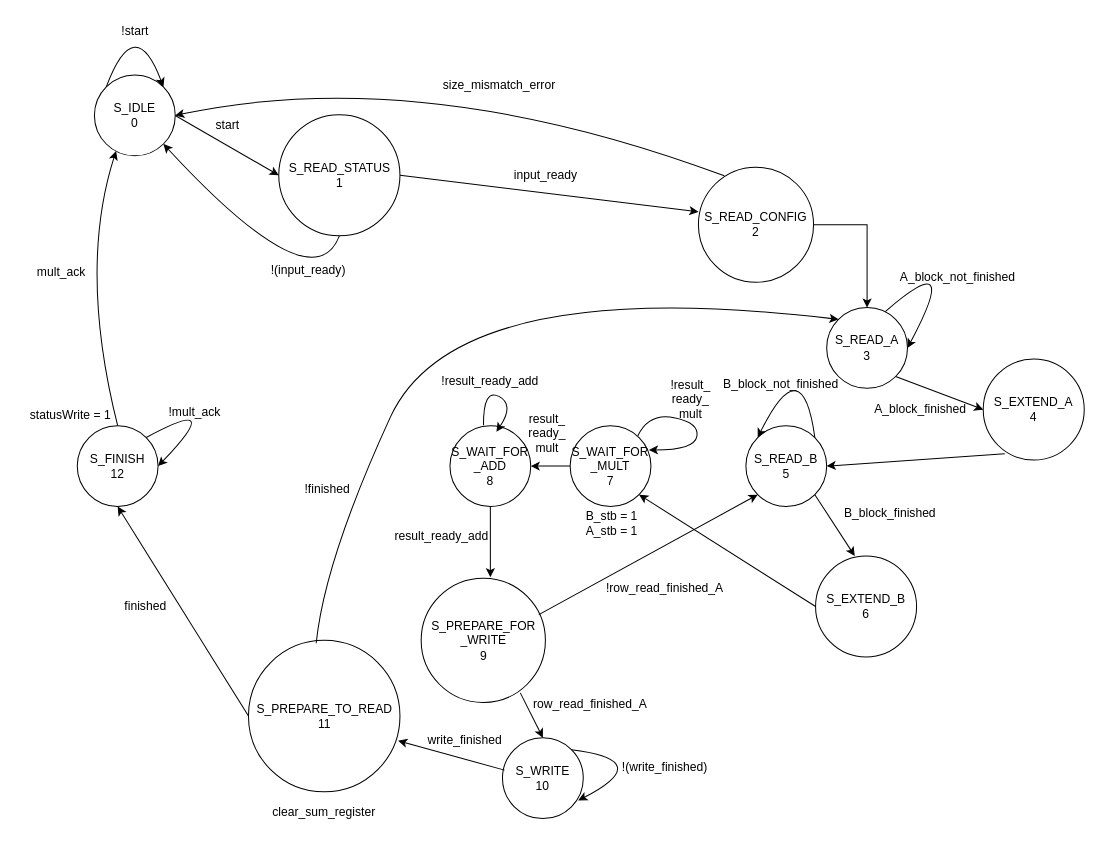
The draw.io diagram project/modules/top/PROBABLY_LAST.drawio in solale427/dsd_project, before the edit. Source tidied: cells renumbered, new cells numbered last; positions are measured from the earlier drawing's top-left corner, leaving out a move shared by most shapes. Both pictures are drawn from the tidied source at 101%, with x=0, y=0 at pixel (17, 10).
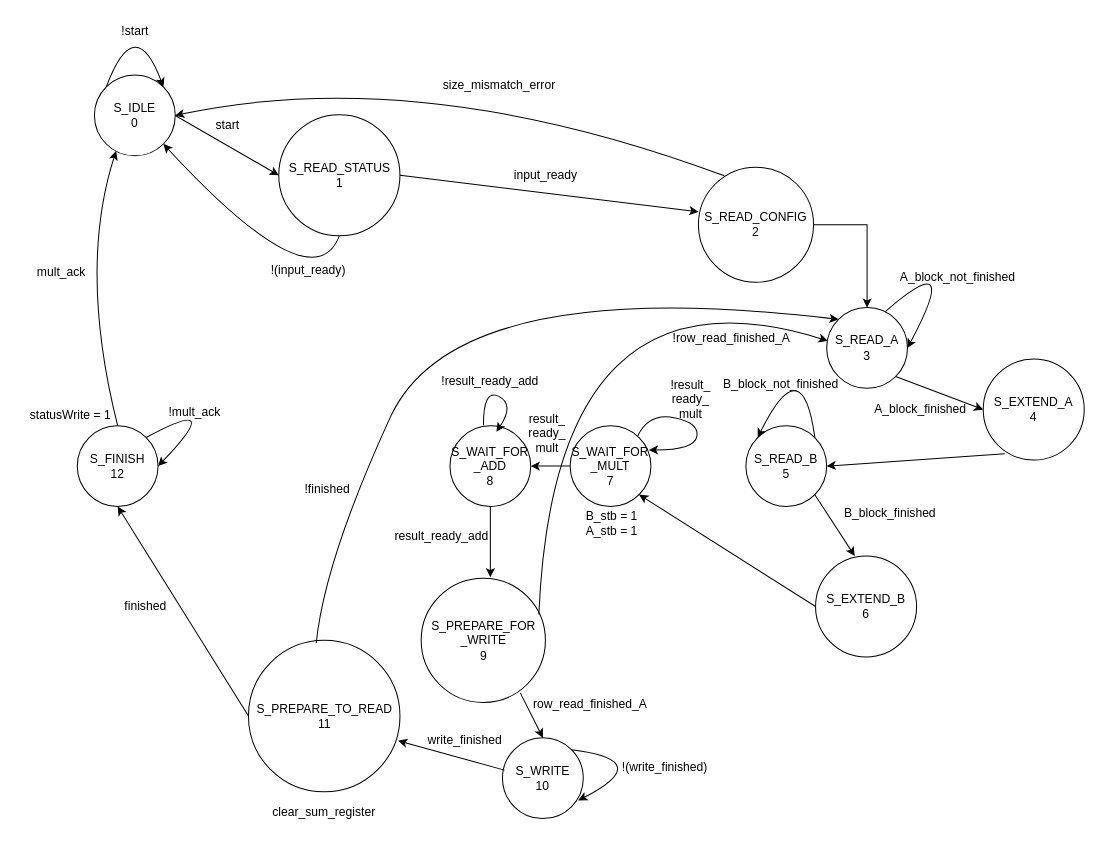
The same diagram, later.

The change refers to these unchanged cells:
```xml
<mxCell id="8" value="S_READ_A&lt;br&gt;3" style="ellipse;whiteSpace=wrap;html=1;" parent="1" vertex="1">
  <mxGeometry x="801" y="294" width="80" height="80" as="geometry" />
</mxCell>
<mxCell id="11" value="S_READ_B&lt;br&gt;5" style="ellipse;whiteSpace=wrap;html=1;" parent="1" vertex="1">
  <mxGeometry x="721" y="411" width="80" height="80" as="geometry" />
</mxCell>
```

The edit, as a diff of the source:
```diff
@@
-    <mxCell id="41" style="curved=1;endArrow=classic;html=1;entryX=0;entryY=1;entryDx=0;entryDy=0;" parent="1" edge="1" target="11">
+    <mxCell id="41" style="curved=1;endArrow=classic;html=1;entryX=0.013;entryY=0.412;entryDx=0;entryDy=0;entryPerimeter=0;" parent="1" edge="1" target="8">
       <mxGeometry relative="1" as="geometry">
         <mxPoint x="516" y="598" as="sourcePoint" />
+        <Array as="points">
+          <mxPoint x="531" y="242" />
+        </Array>
       </mxGeometry>
     </mxCell>
@@
     <mxCell id="60" value="!row_read_finished_A" style="text;html=1;strokeColor=none;fillColor=none;align=center;verticalAlign=middle;whiteSpace=wrap;rounded=0;" parent="1" vertex="1">
-      <mxGeometry x="571" y="562" width="140" height="20" as="geometry" />
+      <mxGeometry x="637" y="315" width="140" height="20" as="geometry" />
     </mxCell>
```
